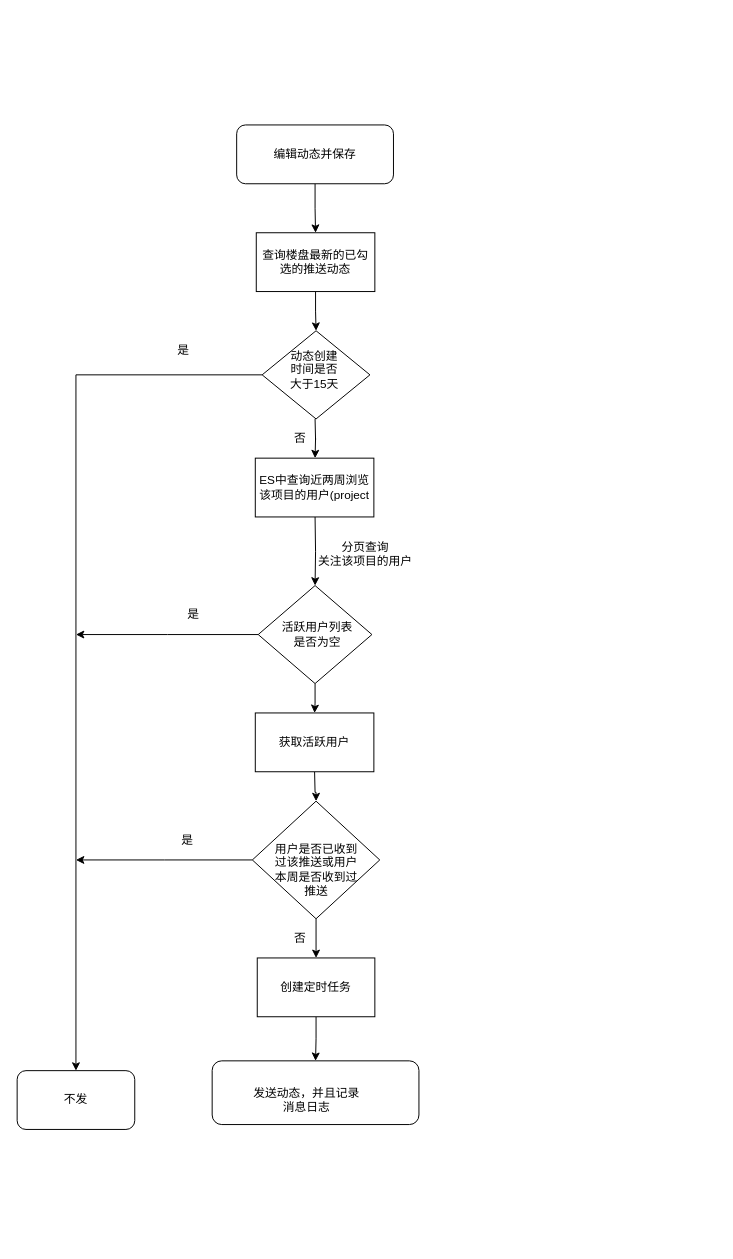
Earlier version of the draw.io diagram 流图1.drawio (chrispolo/-Offer-). Source tidied: cells renumbered, new cells numbered last; positions are measured from the earlier drawing's top-left corner, leaving out a move shared by most shapes. Both pictures are drawn from the tidied source at 98%, with x=0, y=0 at pixel (17, 124).
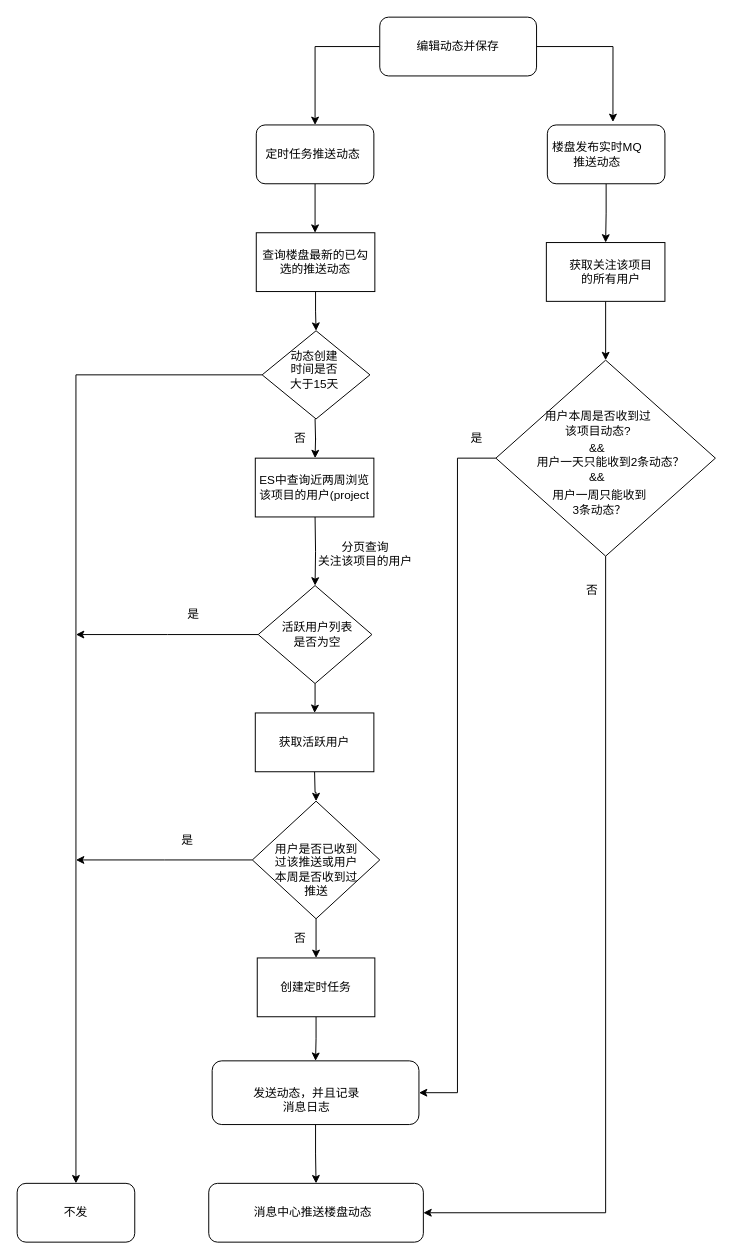
The same diagram, later.

Unchanged cells that the change refers to:
```xml
<mxCell id="26" style="rounded=1;whiteSpace=wrap;html=1;" parent="1" vertex="1">
  <mxGeometry x="199" y="955" width="211" height="65" as="geometry" />
</mxCell>
<mxCell id="33" value="查询楼盘最新的已勾选的推送动态" style="rounded=0;whiteSpace=wrap;html=1;" parent="1" vertex="1">
  <mxGeometry x="244" y="110" width="121" height="60" as="geometry" />
</mxCell>
```

Change to the diagram source:
```diff
@@
-    <mxCell id="4" style="edgeStyle=orthogonalEdgeStyle;rounded=0;jettySize=auto;html=1;startArrow=none;startFill=0;" parent="1" edge="1" source="5" target="33">
-      <mxGeometry relative="1" as="geometry" />
+    <mxCell id="4" style="edgeStyle=orthogonalEdgeStyle;rounded=0;jettySize=auto;html=1;startArrow=none;startFill=0;" parent="1" edge="1" target="33">
+      <mxGeometry relative="1" as="geometry">
+        <mxPoint x="304" y="60" as="sourcePoint" />
+      </mxGeometry>
     </mxCell>
-    <mxCell id="5" value="编辑动态并保存" style="rounded=1;whiteSpace=wrap;html=1;" parent="1" vertex="1">
-      <mxGeometry x="224" width="160" height="60" as="geometry" />
-    </mxCell>
@@
     <mxCell id="17" value="是" style="text;html=1;strokeColor=none;fillColor=none;align=center;verticalAlign=middle;whiteSpace=wrap;rounded=0;" parent="1" vertex="1">
-      <mxGeometry x="150" y="220" width="40" height="20" as="geometry" />
+      <mxGeometry x="448.5" y="310" width="40" height="20" as="geometry" />
     </mxCell>
@@
     <mxCell id="24" value="不发" style="rounded=1;whiteSpace=wrap;html=1;" parent="1" vertex="1">
-      <mxGeometry y="965" width="120" height="60" as="geometry" />
+      <mxGeometry y="1080" width="120" height="60" as="geometry" />
     </mxCell>
@@
+    <mxCell id="34" style="edgeStyle=orthogonalEdgeStyle;rounded=0;jettySize=auto;html=1;" parent="1" edge="1" source="26" target="53">
+      <mxGeometry relative="1" as="geometry" />
+    </mxCell>
@@
+    <mxCell id="35" style="rounded=1;whiteSpace=wrap;html=1;" parent="1" vertex="1">
+      <mxGeometry x="244" width="120" height="60" as="geometry" />
+    </mxCell>
+    <mxCell id="36" style="edgeStyle=orthogonalEdgeStyle;rounded=0;jettySize=auto;html=1;entryX=0.5;entryY=0;entryDx=0;entryDy=0;" parent="1" edge="1" source="5" target="35">
+      <mxGeometry relative="1" as="geometry" />
+    </mxCell>
+    <mxCell id="37" style="edgeStyle=orthogonalEdgeStyle;rounded=0;jettySize=auto;html=1;entryX=0.558;entryY=-0.05;entryDx=0;entryDy=0;entryPerimeter=0;" parent="1" edge="1" source="5" target="40">
+      <mxGeometry relative="1" as="geometry" />
+    </mxCell>
+    <mxCell id="5" value="编辑动态并保存" style="rounded=1;whiteSpace=wrap;html=1;" parent="1" vertex="1">
+      <mxGeometry x="370" y="-110" width="160" height="60" as="geometry" />
+    </mxCell>
+    <mxCell id="38" value="定时任务推送动态" style="text;html=1;strokeColor=none;fillColor=none;align=center;verticalAlign=middle;whiteSpace=wrap;rounded=0;" parent="1" vertex="1">
+      <mxGeometry x="244" y="20" width="116" height="20" as="geometry" />
+    </mxCell>
+    <mxCell id="39" style="edgeStyle=orthogonalEdgeStyle;rounded=0;jettySize=auto;html=1;entryX=0.5;entryY=0;entryDx=0;entryDy=0;" parent="1" edge="1" source="40" target="43">
+      <mxGeometry relative="1" as="geometry" />
+    </mxCell>
+    <mxCell id="40" style="rounded=1;whiteSpace=wrap;html=1;" parent="1" vertex="1">
+      <mxGeometry x="541" width="120" height="60" as="geometry" />
+    </mxCell>
+    <mxCell id="41" value="楼盘发布实时MQ推送动态" style="text;html=1;strokeColor=none;fillColor=none;align=center;verticalAlign=middle;whiteSpace=wrap;rounded=0;" parent="1" vertex="1">
+      <mxGeometry x="543" y="20" width="98" height="20" as="geometry" />
+    </mxCell>
+    <mxCell id="42" style="edgeStyle=orthogonalEdgeStyle;rounded=0;jettySize=auto;html=1;entryX=0.5;entryY=0;entryDx=0;entryDy=0;" parent="1" edge="1" source="43" target="47">
+      <mxGeometry relative="1" as="geometry" />
+    </mxCell>
+    <mxCell id="43" style="rounded=0;whiteSpace=wrap;html=1;" parent="1" vertex="1">
+      <mxGeometry x="540" y="120" width="121" height="60" as="geometry" />
+    </mxCell>
+    <mxCell id="44" value="获取关注该项目的所有用户" style="text;html=1;strokeColor=none;fillColor=none;align=center;verticalAlign=middle;whiteSpace=wrap;rounded=0;" parent="1" vertex="1">
+      <mxGeometry x="561" y="140" width="90" height="20" as="geometry" />
+    </mxCell>
+    <mxCell id="45" style="edgeStyle=orthogonalEdgeStyle;rounded=0;jettySize=auto;html=1;entryX=1;entryY=0.5;entryDx=0;entryDy=0;" parent="1" edge="1" source="47" target="26">
+      <mxGeometry relative="1" as="geometry" />
+    </mxCell>
+    <mxCell id="46" style="edgeStyle=orthogonalEdgeStyle;rounded=0;jettySize=auto;html=1;entryX=1;entryY=0.5;entryDx=0;entryDy=0;" parent="1" edge="1" source="47" target="53">
+      <mxGeometry relative="1" as="geometry">
+        <Array as="points">
+          <mxPoint x="601" y="1110" />
+        </Array>
+      </mxGeometry>
+    </mxCell>
+    <mxCell id="47" style="rhombus;whiteSpace=wrap;html=1;" parent="1" vertex="1">
+      <mxGeometry x="488.5" y="240" width="224" height="200" as="geometry" />
+    </mxCell>
+    <mxCell id="48" value="用户本周是否收到过该项目动态?" style="text;html=1;strokeColor=none;fillColor=none;align=center;verticalAlign=middle;whiteSpace=wrap;rounded=0;" parent="1" vertex="1">
+      <mxGeometry x="533.5" y="300" width="117.5" height="10" as="geometry" />
+    </mxCell>
+    <mxCell id="49" value="&amp;amp;&amp;amp;" style="text;html=1;strokeColor=none;fillColor=none;align=center;verticalAlign=middle;whiteSpace=wrap;rounded=0;" parent="1" vertex="1">
+      <mxGeometry x="572.2" y="320" width="40" height="20" as="geometry" />
+    </mxCell>
+    <mxCell id="50" value="用户一天只能收到2条动态？" style="text;html=1;strokeColor=none;fillColor=none;align=center;verticalAlign=middle;whiteSpace=wrap;rounded=0;" parent="1" vertex="1">
+      <mxGeometry x="521" y="340" width="170" height="10" as="geometry" />
+    </mxCell>
+    <mxCell id="51" value="用户一周只能收到3条动态？" style="text;html=1;strokeColor=none;fillColor=none;align=center;verticalAlign=middle;whiteSpace=wrap;rounded=0;" parent="1" vertex="1">
+      <mxGeometry x="543" y="380" width="102.8" height="10" as="geometry" />
+    </mxCell>
+    <mxCell id="52" value="&amp;amp;&amp;amp;" style="text;html=1;strokeColor=none;fillColor=none;align=center;verticalAlign=middle;whiteSpace=wrap;rounded=0;" parent="1" vertex="1">
+      <mxGeometry x="572.2" y="350" width="40" height="20" as="geometry" />
+    </mxCell>
+    <mxCell id="53" style="rounded=1;whiteSpace=wrap;html=1;" parent="1" vertex="1">
+      <mxGeometry x="195.5" y="1080" width="219" height="60" as="geometry" />
+    </mxCell>
+    <mxCell id="54" value="消息中心推送楼盘动态" style="text;html=1;strokeColor=none;fillColor=none;align=center;verticalAlign=middle;whiteSpace=wrap;rounded=0;" parent="1" vertex="1">
+      <mxGeometry x="238" y="1100" width="128" height="20" as="geometry" />
+    </mxCell>
+    <mxCell id="55" value="否" style="text;html=1;strokeColor=none;fillColor=none;align=center;verticalAlign=middle;whiteSpace=wrap;rounded=0;" parent="1" vertex="1">
+      <mxGeometry x="567" y="465" width="40" height="20" as="geometry" />
+    </mxCell>
```
